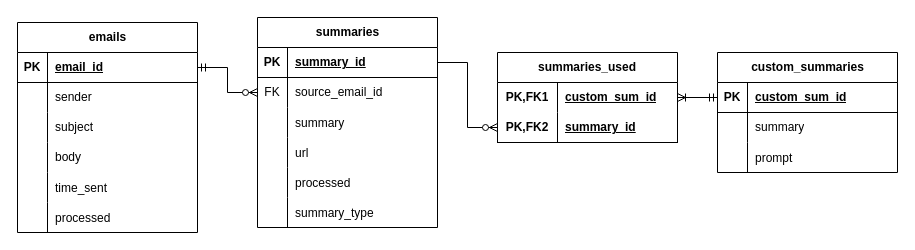
This is ER diagram.drawio from SimonsBrother/WTLDR, a draw.io file, before an edit. Source tidied: cells renumbered, new cells numbered last; positions are measured from the earlier drawing's top-left corner, leaving out a move shared by most shapes. Both pictures are drawn from the tidied source at 100%, with x=0, y=0 at pixel (17, 17).
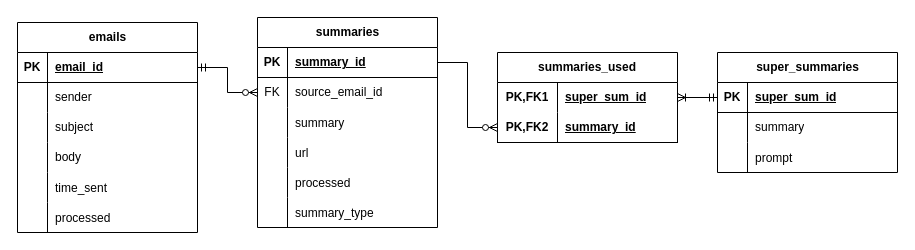
The same diagram, later.

Commit message (it also covers changes not shown here):
Added processed attribute to Email class. Tests now use relative paths. Renamed custom summaries to super summaries. Created Summary class.

Unchanged cells that the change refers to:
```xml
<mxCell id="41" style="shape=tableRow;horizontal=0;startSize=0;swimlaneHead=0;swimlaneBody=0;fillColor=none;points=[[0,0.5],[1,0.5]];portConstraint=eastwest;top=0;left=0;right=0;bottom=1;" parent="40" vertex="1">
  <mxGeometry y="30" width="180" height="30" as="geometry" />
</mxCell>
<mxCell id="52" style="shape=tableRow;horizontal=0;startSize=0;swimlaneHead=0;swimlaneBody=0;fillColor=none;points=[[0,0.5],[1,0.5]];portConstraint=eastwest;top=0;left=0;right=0;bottom=0;html=1;" parent="51" vertex="1">
  <mxGeometry y="30" width="180" height="30" as="geometry" />
</mxCell>
```

The edit, as a diff of the source:
```diff
@@
-    <mxCell id="40" value="custom_summaries" style="shape=table;startSize=30;childLayout=tableLayout;rowLines=0;fontStyle=1;align=center;html=1;" parent="1" vertex="1">
+    <mxCell id="40" value="super_summaries" style="shape=table;startSize=30;childLayout=tableLayout;rowLines=0;fontStyle=1;align=center;html=1;" parent="1" vertex="1">
       <mxGeometry x="700" y="35" width="180" height="120" as="geometry" />
     </mxCell>
@@
-    <mxCell id="43" value="custom_sum_id" style="shape=partialRectangle;fillColor=none;top=0;left=0;bottom=0;right=0;align=left;spacingLeft=6;fontStyle=5;overflow=hidden;whiteSpace=wrap;html=1;" parent="41" vertex="1">
+    <mxCell id="43" value="super_sum_id" style="shape=partialRectangle;fillColor=none;top=0;left=0;bottom=0;right=0;align=left;spacingLeft=6;fontStyle=5;overflow=hidden;whiteSpace=wrap;html=1;" parent="41" vertex="1">
       <mxGeometry x="30" width="150" height="30" as="geometry" />
     </mxCell>
@@
-    <mxCell id="54" value="custom_sum_id" style="shape=partialRectangle;fillColor=none;top=0;left=0;bottom=0;right=0;align=left;spacingLeft=6;fontStyle=5;overflow=hidden;html=1;whiteSpace=wrap;" parent="52" vertex="1">
+    <mxCell id="54" value="super_sum_id" style="shape=partialRectangle;fillColor=none;top=0;left=0;bottom=0;right=0;align=left;spacingLeft=6;fontStyle=5;overflow=hidden;html=1;whiteSpace=wrap;" parent="52" vertex="1">
       <mxGeometry x="60" width="120" height="30" as="geometry" />
     </mxCell>
```
